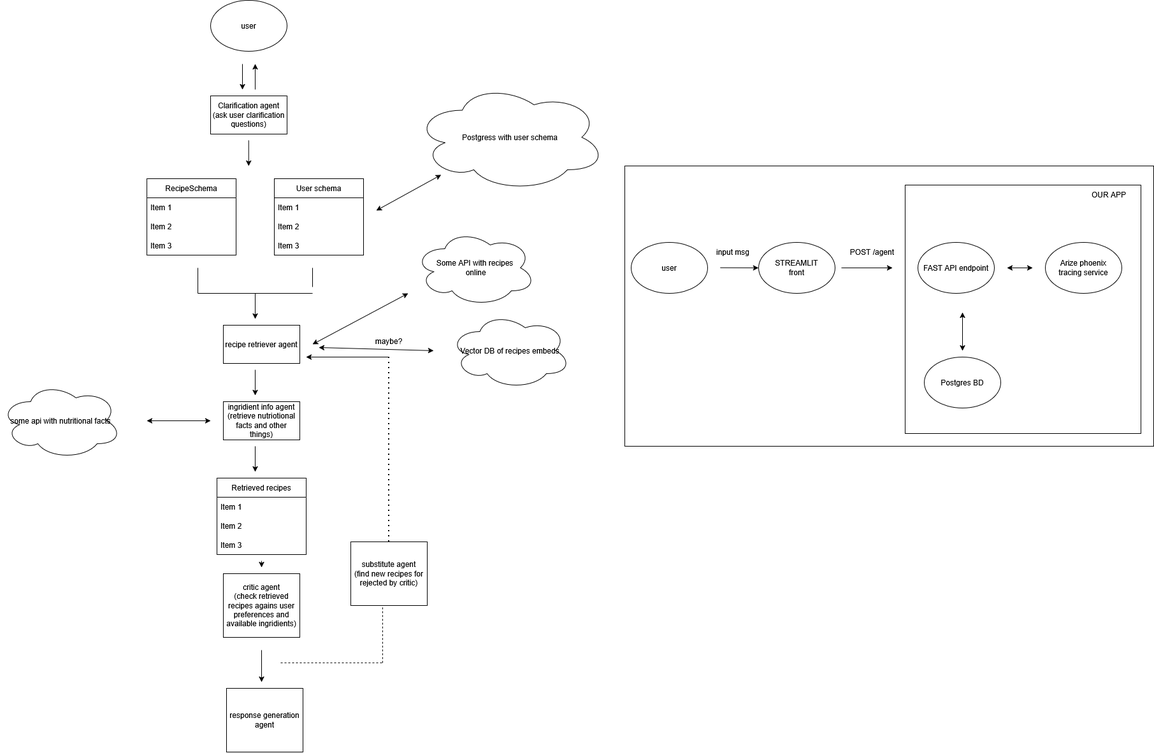
Before: docs/architecture.drawio.png, a diagram exported from draw.io (dxrsgn/cooking_llm_agent). Source tidied: cells renumbered, new cells last; positions are measured from the earlier drawing's top-left corner, leaving out a move shared by most shapes.
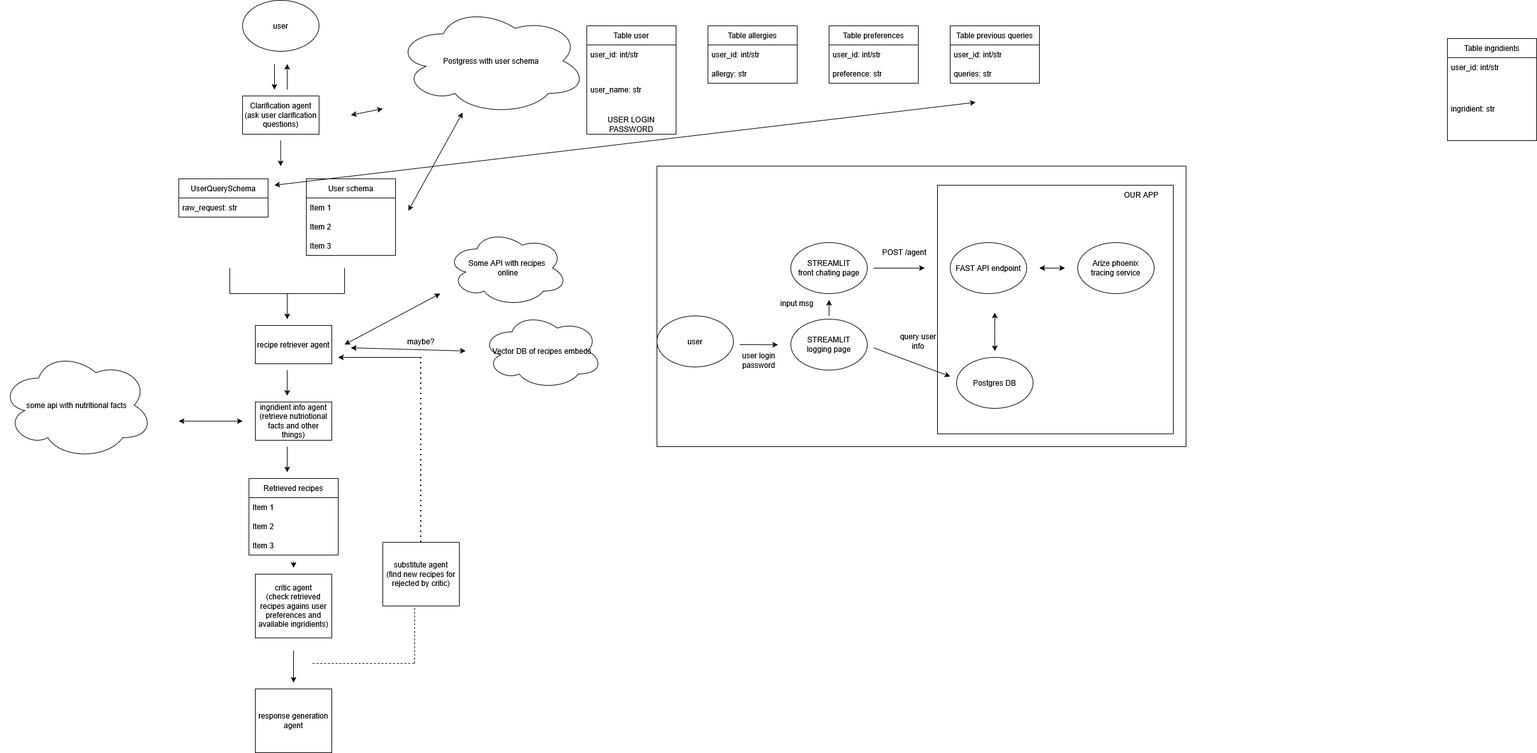
Above is the later version.

Commit message:
feat: Updated architecture diagram

The edit, as a diff of the source:
```diff
@@ -35,18 +35,12 @@
         <mxPoint x="389.8" y="260" as="targetPoint" />
       </mxGeometry>
     </mxCell>
-    <mxCell id="10" value="RecipeSchema" style="swimlane;fontStyle=0;horizontal=1;startSize=30;whiteSpace=wrap;html=1;" parent="1" vertex="1">
-      <mxGeometry x="230" y="280" width="140" height="120" as="geometry" />
+    <mxCell id="10" value="UserQuerySchema" style="swimlane;fontStyle=0;horizontal=1;startSize=30;whiteSpace=wrap;html=1;" parent="1" vertex="1">
+      <mxGeometry x="230" y="280" width="140" height="60" as="geometry" />
     </mxCell>
-    <mxCell id="11" value="Item 1" style="text;strokeColor=none;fillColor=none;align=left;verticalAlign=middle;spacingLeft=4;spacingRight=4;overflow=hidden;whiteSpace=wrap;html=1;" parent="10" vertex="1">
+    <mxCell id="11" value="raw_request: str" style="text;strokeColor=none;fillColor=none;align=left;verticalAlign=middle;spacingLeft=4;spacingRight=4;overflow=hidden;whiteSpace=wrap;html=1;" parent="10" vertex="1">
       <mxGeometry y="30" width="140" height="30" as="geometry" />
     </mxCell>
-    <mxCell id="12" value="Item 2" style="text;strokeColor=none;fillColor=none;align=left;verticalAlign=middle;spacingLeft=4;spacingRight=4;overflow=hidden;whiteSpace=wrap;html=1;" parent="10" vertex="1">
-      <mxGeometry y="60" width="140" height="30" as="geometry" />
-    </mxCell>
-    <mxCell id="13" value="Item 3" style="text;strokeColor=none;fillColor=none;align=left;verticalAlign=middle;spacingLeft=4;spacingRight=4;overflow=hidden;whiteSpace=wrap;html=1;" parent="10" vertex="1">
-      <mxGeometry y="90" width="140" height="30" as="geometry" />
-    </mxCell>
     <mxCell id="14" value="User schema" style="swimlane;fontStyle=0;horizontal=1;startSize=30;whiteSpace=wrap;html=1;" parent="1" vertex="1">
       <mxGeometry x="430" y="280" width="140" height="120" as="geometry" />
     </mxCell>
@@ -60,7 +54,7 @@
       <mxGeometry y="90" width="140" height="30" as="geometry" />
     </mxCell>
     <mxCell id="18" value="Postgress with user schema" style="ellipse;shape=cloud;whiteSpace=wrap;html=1;" parent="1" vertex="1">
-      <mxGeometry x="650" y="130" width="300" height="170" as="geometry" />
+      <mxGeometry x="570" y="10" width="300" height="170" as="geometry" />
     </mxCell>
     <mxCell id="19" style="endArrow=classic;startArrow=classic;html=1;rounded=0;" parent="1" edge="1" target="18">
       <mxGeometry relative="1" as="geometry">
@@ -75,7 +69,7 @@
     </mxCell>
     <mxCell id="21" style="endArrow=none;html=1;rounded=0;" parent="1" edge="1">
       <mxGeometry relative="1" as="geometry">
-        <mxPoint x="490" y="450" as="sourcePoint" />
+        <mxPoint x="490" y="460" as="sourcePoint" />
         <mxPoint x="490" y="420" as="targetPoint" />
       </mxGeometry>
     </mxCell>
@@ -137,7 +131,7 @@
       </mxGeometry>
     </mxCell>
     <mxCell id="35" value="response generation agent" style="rounded=0;whiteSpace=wrap;html=1;" parent="1" vertex="1">
-      <mxGeometry x="355" y="1080" width="120" height="100" as="geometry" />
+      <mxGeometry x="350" y="1080" width="120" height="100" as="geometry" />
     </mxCell>
     <mxCell id="36" style="endArrow=none;dashed=1;html=1;rounded=0;" parent="1" edge="1">
       <mxGeometry relative="1" as="geometry">
@@ -194,10 +188,10 @@
       </mxGeometry>
     </mxCell>
     <mxCell id="47" value="some api with nutritional facts" style="ellipse;shape=cloud;whiteSpace=wrap;html=1;" parent="1" vertex="1">
-      <mxGeometry y="600" width="190" height="120" as="geometry" />
+      <mxGeometry x="-50" y="550" width="240" height="170" as="geometry" />
     </mxCell>
     <mxCell id="48" value="user" style="ellipse;whiteSpace=wrap;html=1;" parent="1" vertex="1">
-      <mxGeometry x="990" y="380" width="120" height="80" as="geometry" />
+      <mxGeometry x="980" y="495" width="120" height="80" as="geometry" />
     </mxCell>
     <mxCell id="49" style="endArrow=classic;html=1;rounded=0;" parent="1" edge="1">
       <mxGeometry relative="1" as="geometry">
@@ -217,7 +211,7 @@
         <mxPoint x="1510" y="490" as="targetPoint" />
       </mxGeometry>
     </mxCell>
-    <mxCell id="53" value="Postgres BD" style="ellipse;whiteSpace=wrap;html=1;fillColor=none;" parent="1" vertex="1">
+    <mxCell id="53" value="Postgres DB" style="ellipse;whiteSpace=wrap;html=1;fillColor=none;" parent="1" vertex="1">
       <mxGeometry x="1450" y="560" width="120" height="80" as="geometry" />
     </mxCell>
     <mxCell id="54" value="&lt;div&gt;Arize phoenix&lt;/div&gt;&lt;div&gt;tracing service&lt;/div&gt;" style="ellipse;whiteSpace=wrap;html=1;fillColor=none;" parent="1" vertex="1">
@@ -229,17 +223,98 @@
         <mxPoint x="1580" y="420" as="targetPoint" />
       </mxGeometry>
     </mxCell>
-    <mxCell id="56" value="&lt;div&gt;STREAMLIT&lt;/div&gt;&lt;div&gt;front&lt;/div&gt;" style="ellipse;whiteSpace=wrap;html=1;" parent="1" vertex="1">
+    <mxCell id="56" value="&lt;div&gt;STREAMLIT&lt;/div&gt;&lt;div&gt;front chating page&lt;/div&gt;" style="ellipse;whiteSpace=wrap;html=1;" parent="1" vertex="1">
       <mxGeometry x="1190" y="380" width="120" height="80" as="geometry" />
     </mxCell>
     <mxCell id="57" style="endArrow=classic;html=1;rounded=0;" parent="1" edge="1">
       <mxGeometry relative="1" as="geometry">
-        <mxPoint x="1130" y="419.8" as="sourcePoint" />
-        <mxPoint x="1190" y="420" as="targetPoint" />
+        <mxPoint x="1110" y="540" as="sourcePoint" />
+        <mxPoint x="1170" y="540.2" as="targetPoint" />
       </mxGeometry>
     </mxCell>
     <mxCell id="58" value="input msg" style="text;html=1;whiteSpace=wrap;strokeColor=none;fillColor=none;align=center;verticalAlign=middle;rounded=0;" parent="1" vertex="1">
-      <mxGeometry x="1110" y="380" width="80" height="30" as="geometry" />
+      <mxGeometry x="1160" y="460" width="80" height="30" as="geometry" />
     </mxCell>
+    <mxCell id="59" value="Table user" style="swimlane;fontStyle=0;horizontal=1;startSize=30;whiteSpace=wrap;html=1;" parent="1" vertex="1">
+      <mxGeometry x="870" y="40" width="140" height="170" as="geometry" />
+    </mxCell>
+    <mxCell id="60" value="user_id: int/str" style="text;strokeColor=none;fillColor=none;align=left;verticalAlign=middle;spacingLeft=4;spacingRight=4;overflow=hidden;whiteSpace=wrap;html=1;" parent="59" vertex="1">
+      <mxGeometry y="30" width="140" height="30" as="geometry" />
+    </mxCell>
+    <mxCell id="61" value="user_name: str" style="text;strokeColor=none;fillColor=none;align=left;verticalAlign=middle;spacingLeft=4;spacingRight=4;overflow=hidden;whiteSpace=wrap;html=1;" parent="59" vertex="1">
+      <mxGeometry y="60" width="140" height="80" as="geometry" />
+    </mxCell>
+    <mxCell id="62" value="USER LOGIN PASSWORD" style="text;html=1;whiteSpace=wrap;strokeColor=none;fillColor=none;align=center;verticalAlign=middle;rounded=0;" parent="59" vertex="1">
+      <mxGeometry y="140" width="140" height="30" as="geometry" />
+    </mxCell>
+    <mxCell id="63" value="Table allergies" style="swimlane;fontStyle=0;horizontal=1;startSize=30;whiteSpace=wrap;html=1;" parent="1" vertex="1">
+      <mxGeometry x="1060" y="40" width="140" height="90" as="geometry" />
+    </mxCell>
+    <mxCell id="64" value="user_id: int/str" style="text;strokeColor=none;fillColor=none;align=left;verticalAlign=middle;spacingLeft=4;spacingRight=4;overflow=hidden;whiteSpace=wrap;html=1;" parent="63" vertex="1">
+      <mxGeometry y="30" width="140" height="30" as="geometry" />
+    </mxCell>
+    <mxCell id="65" value="allergy: str" style="text;strokeColor=none;fillColor=none;align=left;verticalAlign=middle;spacingLeft=4;spacingRight=4;overflow=hidden;whiteSpace=wrap;html=1;" parent="63" vertex="1">
+      <mxGeometry y="60" width="140" height="30" as="geometry" />
+    </mxCell>
+    <mxCell id="66" value="Table preferences" style="swimlane;fontStyle=0;horizontal=1;startSize=30;whiteSpace=wrap;html=1;" parent="1" vertex="1">
+      <mxGeometry x="1250" y="40" width="140" height="90" as="geometry" />
+    </mxCell>
+    <mxCell id="67" value="user_id: int/str" style="text;strokeColor=none;fillColor=none;align=left;verticalAlign=middle;spacingLeft=4;spacingRight=4;overflow=hidden;whiteSpace=wrap;html=1;" parent="66" vertex="1">
+      <mxGeometry y="30" width="140" height="30" as="geometry" />
+    </mxCell>
+    <mxCell id="68" value="preference: str" style="text;strokeColor=none;fillColor=none;align=left;verticalAlign=middle;spacingLeft=4;spacingRight=4;overflow=hidden;whiteSpace=wrap;html=1;" parent="66" vertex="1">
+      <mxGeometry y="60" width="140" height="30" as="geometry" />
+    </mxCell>
+    <mxCell id="69" value="Table previous queries" style="swimlane;fontStyle=0;horizontal=1;startSize=30;whiteSpace=wrap;html=1;" parent="1" vertex="1">
+      <mxGeometry x="1440" y="40" width="140" height="90" as="geometry" />
+    </mxCell>
+    <mxCell id="70" value="user_id: int/str" style="text;strokeColor=none;fillColor=none;align=left;verticalAlign=middle;spacingLeft=4;spacingRight=4;overflow=hidden;whiteSpace=wrap;html=1;" parent="69" vertex="1">
+      <mxGeometry y="30" width="140" height="30" as="geometry" />
+    </mxCell>
+    <mxCell id="71" value="queries: str" style="text;strokeColor=none;fillColor=none;align=left;verticalAlign=middle;spacingLeft=4;spacingRight=4;overflow=hidden;whiteSpace=wrap;html=1;" parent="69" vertex="1">
+      <mxGeometry y="60" width="140" height="30" as="geometry" />
+    </mxCell>
+    <mxCell id="72" style="endArrow=classic;startArrow=classic;html=1;rounded=0;" parent="1" edge="1">
+      <mxGeometry relative="1" as="geometry">
+        <mxPoint x="500" y="180" as="sourcePoint" />
+        <mxPoint x="550" y="170" as="targetPoint" />
+      </mxGeometry>
+    </mxCell>
+    <mxCell id="73" style="endArrow=classic;startArrow=classic;html=1;rounded=0;" parent="1" edge="1">
+      <mxGeometry relative="1" as="geometry">
+        <mxPoint x="380" y="290" as="sourcePoint" />
+        <mxPoint x="1480" y="160" as="targetPoint" />
+      </mxGeometry>
+    </mxCell>
+    <mxCell id="74" value="Table ingridients" style="swimlane;fontStyle=0;horizontal=1;startSize=30;whiteSpace=wrap;html=1;" parent="1" vertex="1">
+      <mxGeometry x="2220" y="60" width="140" height="160" as="geometry" />
+    </mxCell>
+    <mxCell id="75" value="user_id: int/str" style="text;strokeColor=none;fillColor=none;align=left;verticalAlign=middle;spacingLeft=4;spacingRight=4;overflow=hidden;whiteSpace=wrap;html=1;" parent="74" vertex="1">
+      <mxGeometry y="30" width="140" height="30" as="geometry" />
+    </mxCell>
+    <mxCell id="76" value="ingridient: str" style="text;strokeColor=none;fillColor=none;align=left;verticalAlign=middle;spacingLeft=4;spacingRight=4;overflow=hidden;whiteSpace=wrap;html=1;" parent="74" vertex="1">
+      <mxGeometry y="60" width="140" height="100" as="geometry" />
+    </mxCell>
+    <mxCell id="77" value="&lt;div&gt;STREAMLIT&lt;/div&gt;&lt;div&gt;logging page&lt;/div&gt;" style="ellipse;whiteSpace=wrap;html=1;" parent="1" vertex="1">
+      <mxGeometry x="1190" y="500" width="120" height="80" as="geometry" />
+    </mxCell>
+    <mxCell id="78" style="endArrow=classic;html=1;rounded=0;" parent="1" edge="1">
+      <mxGeometry relative="1" as="geometry">
+        <mxPoint x="1250" y="495" as="sourcePoint" />
+        <mxPoint x="1250" y="470" as="targetPoint" />
+      </mxGeometry>
+    </mxCell>
+    <mxCell id="79" style="endArrow=classic;html=1;rounded=0;" parent="1" edge="1">
+      <mxGeometry relative="1" as="geometry">
+        <mxPoint x="1320" y="545" as="sourcePoint" />
+        <mxPoint x="1440" y="590" as="targetPoint" />
+      </mxGeometry>
+    </mxCell>
+    <mxCell id="80" value="query user info" style="text;html=1;whiteSpace=wrap;strokeColor=none;fillColor=none;align=center;verticalAlign=middle;rounded=0;" parent="1" vertex="1">
+      <mxGeometry x="1350" y="520" width="80" height="30" as="geometry" />
+    </mxCell>
+    <mxCell id="81" value="user login password" style="text;html=1;whiteSpace=wrap;strokeColor=none;fillColor=none;align=center;verticalAlign=middle;rounded=0;" parent="1" vertex="1">
+      <mxGeometry x="1100" y="550" width="80" height="30" as="geometry" />
+    </mxCell>
   </root>
 </mxGraphModel>
```
